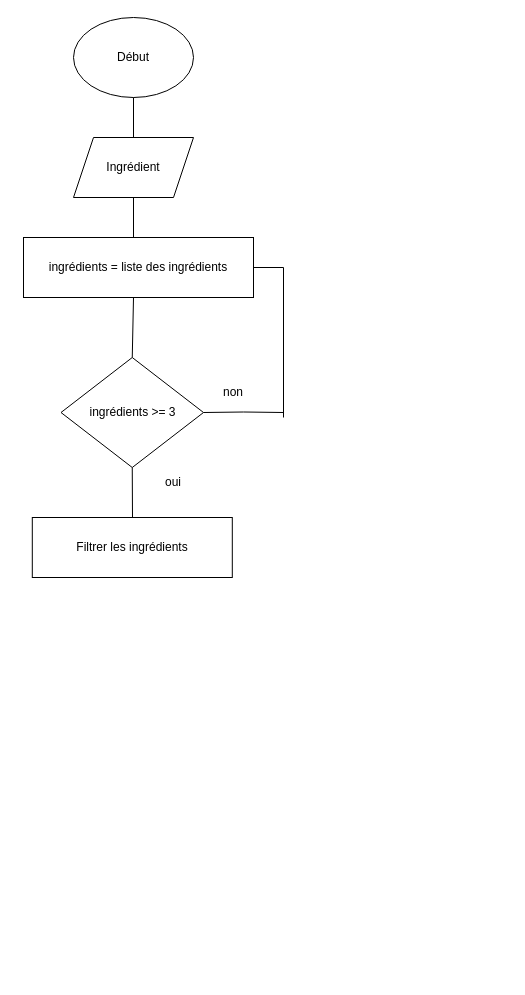
Before: Untitled Diagram.drawio in ArcangeliAurelien/Arcangeli_Aurelien_7_24052022, a draw.io diagram. Source tidied: cells renumbered, new cells numbered last; positions are measured from the earlier drawing's top-left corner, leaving out a move shared by most shapes. Both pictures are drawn from the tidied source at 100%, with x=0, y=0 at pixel (23, 17).
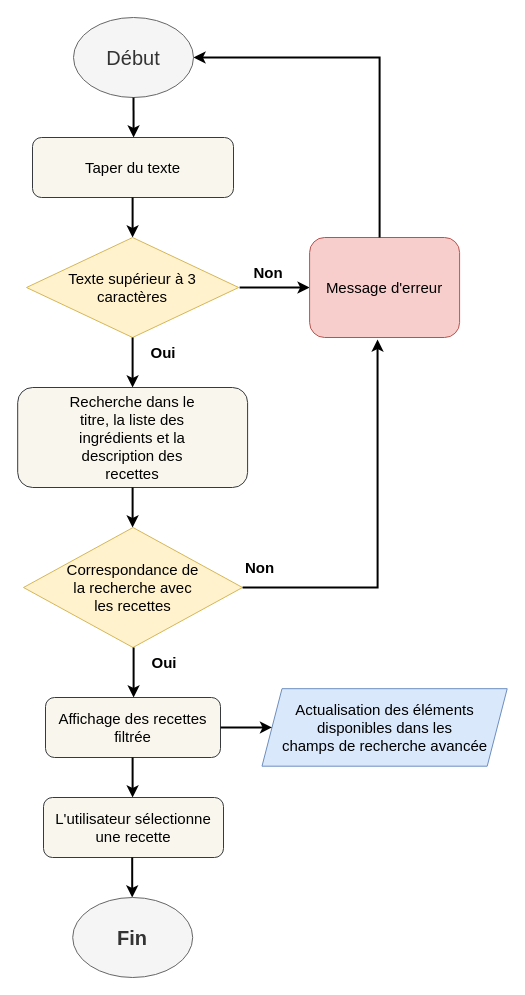
Above is the later version.

Commit message:
fiche d’investigation de fonctionnalité

Diff of the diagram source:
```diff
@@
-    <mxCell id="2" value="Début" style="ellipse;whiteSpace=wrap;html=1;" parent="1" vertex="1">
+    <mxCell id="2" value="&lt;font style=&quot;font-size: 20px;&quot;&gt;Début&lt;/font&gt;" style="ellipse;whiteSpace=wrap;html=1;fillColor=#f5f5f5;fontColor=#333333;strokeColor=#666666;" parent="1" vertex="1">
       <mxGeometry x="50" width="120" height="80" as="geometry" />
     </mxCell>
-    <mxCell id="3" value="Ingrédient" style="shape=parallelogram;perimeter=parallelogramPerimeter;whiteSpace=wrap;html=1;fixedSize=1;" parent="1" vertex="1">
-      <mxGeometry x="50" y="120" width="120" height="60" as="geometry" />
-    </mxCell>
-    <mxCell id="4" style="endArrow=none;html=1;rounded=0;exitX=0.5;exitY=0;exitDx=0;exitDy=0;entryX=0.5;entryY=1;entryDx=0;entryDy=0;" parent="1" edge="1" source="3" target="2">
-      <mxGeometry relative="1" as="geometry" />
-    </mxCell>
-    <mxCell id="5" style="endArrow=none;html=1;rounded=0;entryX=0.5;entryY=1;entryDx=0;entryDy=0;" parent="1" edge="1" target="3">
-      <mxGeometry relative="1" as="geometry">
-        <mxPoint x="110" y="230" as="sourcePoint" />
-      </mxGeometry>
-    </mxCell>
-    <mxCell id="6" value="ingrédients = liste des ingrédients" style="rounded=0;whiteSpace=wrap;html=1;" parent="1" vertex="1">
-      <mxGeometry y="220" width="230" height="60" as="geometry" />
-    </mxCell>
-    <mxCell id="7" value="ingrédients &amp;gt;= 3" style="rhombus;whiteSpace=wrap;html=1;" parent="1" vertex="1">
-      <mxGeometry x="37.5" y="340" width="142.5" height="110" as="geometry" />
-    </mxCell>
-    <mxCell id="8" style="endArrow=none;html=1;rounded=0;exitX=0.5;exitY=0;exitDx=0;exitDy=0;" parent="1" edge="1" source="7">
-      <mxGeometry relative="1" as="geometry">
-        <mxPoint x="110" y="280" as="targetPoint" />
-      </mxGeometry>
-    </mxCell>
-    <mxCell id="9" style="endArrow=none;html=1;rounded=0;exitX=1;exitY=0.5;exitDx=0;exitDy=0;" parent="1" edge="1" source="7">
-      <mxGeometry relative="1" as="geometry">
-        <mxPoint x="260" y="395" as="targetPoint" />
-        <Array as="points">
-          <mxPoint x="220" y="394.5" />
-        </Array>
-      </mxGeometry>
-    </mxCell>
-    <mxCell id="10" style="endArrow=none;html=1;rounded=0;" parent="1" edge="1">
-      <mxGeometry relative="1" as="geometry">
-        <mxPoint x="260" y="400" as="sourcePoint" />
-        <mxPoint x="260" y="250" as="targetPoint" />
-      </mxGeometry>
-    </mxCell>
-    <mxCell id="11" style="endArrow=none;html=1;rounded=0;exitX=1;exitY=0.5;exitDx=0;exitDy=0;" parent="1" edge="1" source="6">
-      <mxGeometry relative="1" as="geometry">
-        <mxPoint x="260" y="250" as="targetPoint" />
-      </mxGeometry>
-    </mxCell>
-    <mxCell id="12" value="non" style="text;html=1;strokeColor=none;fillColor=none;align=center;verticalAlign=middle;whiteSpace=wrap;rounded=0;" parent="1" vertex="1">
-      <mxGeometry x="180" y="360" width="60" height="30" as="geometry" />
-    </mxCell>
-    <mxCell id="13" style="endArrow=none;html=1;rounded=0;entryX=0.5;entryY=1;entryDx=0;entryDy=0;" parent="1" edge="1" target="7">
-      <mxGeometry relative="1" as="geometry">
-        <mxPoint x="109" y="500" as="sourcePoint" />
-      </mxGeometry>
-    </mxCell>
-    <mxCell id="14" value="oui" style="text;html=1;strokeColor=none;fillColor=none;align=center;verticalAlign=middle;whiteSpace=wrap;rounded=0;" parent="1" vertex="1">
-      <mxGeometry x="120" y="450" width="60" height="30" as="geometry" />
-    </mxCell>
-    <mxCell id="15" value="Filtrer les ingrédients" style="rounded=0;whiteSpace=wrap;html=1;" parent="1" vertex="1">
-      <mxGeometry x="8.8" y="500" width="200" height="60" as="geometry" />
-    </mxCell>
+    <mxCell id="16" style="endArrow=classic;html=1;rounded=0;exitX=0.5;exitY=1;exitDx=0;exitDy=0;strokeWidth=2;" parent="1" edge="1" source="2">
+      <mxGeometry relative="1" as="geometry">
+        <mxPoint x="110.1" y="120" as="targetPoint" />
+      </mxGeometry>
+    </mxCell>
+    <mxCell id="17" value="&lt;font style=&quot;font-size: 15px;&quot;&gt;Taper du texte &lt;/font&gt;" style="rounded=1;whiteSpace=wrap;html=1;fillColor=#f9f7ed;strokeColor=#36393d;" parent="1" vertex="1">
+      <mxGeometry x="9" y="120" width="201" height="60" as="geometry" />
+    </mxCell>
+    <mxCell id="18" style="endArrow=classic;html=1;rounded=0;exitX=0.5;exitY=1;exitDx=0;exitDy=0;strokeWidth=2;" parent="1" edge="1">
+      <mxGeometry relative="1" as="geometry">
+        <mxPoint x="109.1" y="180" as="sourcePoint" />
+        <mxPoint x="109.1" y="220" as="targetPoint" />
+      </mxGeometry>
+    </mxCell>
+    <mxCell id="19" value="&lt;div&gt;Texte supérieur à 3 &lt;br&gt;&lt;/div&gt;&lt;div&gt;caractères&lt;/div&gt;" style="rhombus;whiteSpace=wrap;html=1;fontSize=15;fillColor=#fff2cc;strokeColor=#d6b656;" parent="1" vertex="1">
+      <mxGeometry x="3" y="220" width="212.2" height="100" as="geometry" />
+    </mxCell>
+    <mxCell id="20" style="endArrow=classic;html=1;rounded=0;fontSize=15;strokeWidth=2;" parent="1" edge="1">
+      <mxGeometry relative="1" as="geometry">
+        <mxPoint x="109.1" y="320" as="sourcePoint" />
+        <mxPoint x="109.1" y="370" as="targetPoint" />
+      </mxGeometry>
+    </mxCell>
+    <mxCell id="21" value="&lt;b&gt;Oui&lt;/b&gt;" style="text;html=1;strokeColor=none;fillColor=none;align=center;verticalAlign=middle;whiteSpace=wrap;rounded=0;fontSize=15;" parent="1" vertex="1">
+      <mxGeometry x="110.1" y="320" width="60" height="30" as="geometry" />
+    </mxCell>
+    <mxCell id="22" value="&lt;div align=&quot;center&quot;&gt;&lt;blockquote&gt;&lt;div&gt;Recherche dans le titre, la liste des ingrédients et la description des recettes&lt;/div&gt;&lt;/blockquote&gt;&lt;/div&gt;" style="rounded=1;whiteSpace=wrap;html=1;fontSize=15;perimeterSpacing=7;align=center;fillColor=#f9f7ed;strokeColor=#36393d;" parent="1" vertex="1">
+      <mxGeometry x="-5.8" y="370" width="229.9" height="100" as="geometry" />
+    </mxCell>
+    <mxCell id="23" style="endArrow=classic;html=1;rounded=0;fontSize=15;strokeWidth=2;" parent="1" edge="1">
+      <mxGeometry relative="1" as="geometry">
+        <mxPoint x="216.1" y="270" as="sourcePoint" />
+        <mxPoint x="286.1" y="270" as="targetPoint" />
+      </mxGeometry>
+    </mxCell>
+    <mxCell id="24" value="Message d'erreur" style="rounded=1;whiteSpace=wrap;html=1;fontSize=15;fillColor=#f8cecc;strokeColor=#b85450;" parent="1" vertex="1">
+      <mxGeometry x="286.1" y="220" width="150" height="100" as="geometry" />
+    </mxCell>
+    <mxCell id="25" style="endArrow=classic;html=1;rounded=0;fontSize=15;strokeWidth=2;entryX=1;entryY=0.5;entryDx=0;entryDy=0;" parent="1" edge="1" target="2">
+      <mxGeometry relative="1" as="geometry">
+        <mxPoint x="356.1" y="220" as="sourcePoint" />
+        <Array as="points">
+          <mxPoint x="356.1" y="40" />
+        </Array>
+      </mxGeometry>
+    </mxCell>
+    <mxCell id="26" style="endArrow=classic;html=1;rounded=0;exitX=0.5;exitY=1;exitDx=0;exitDy=0;strokeWidth=2;" parent="1" edge="1">
+      <mxGeometry relative="1" as="geometry">
+        <mxPoint x="109.1" y="470" as="sourcePoint" />
+        <mxPoint x="109.1" y="510" as="targetPoint" />
+      </mxGeometry>
+    </mxCell>
+    <mxCell id="27" value="&lt;b&gt;Non&lt;/b&gt;" style="text;html=1;strokeColor=none;fillColor=none;align=center;verticalAlign=middle;whiteSpace=wrap;rounded=0;fontSize=15;" parent="1" vertex="1">
+      <mxGeometry x="215.3" y="240" width="60" height="30" as="geometry" />
+    </mxCell>
+    <mxCell id="28" value="&lt;blockquote&gt;&lt;div align=&quot;center&quot;&gt;&lt;font style=&quot;font-size: 15px;&quot;&gt;Correspondance de la recherche avec les recettes&lt;/font&gt;&lt;/div&gt;&lt;/blockquote&gt;" style="rhombus;whiteSpace=wrap;html=1;fontSize=15;align=center;fillColor=#fff2cc;strokeColor=#d6b656;" parent="1" vertex="1">
+      <mxGeometry y="510" width="219" height="120" as="geometry" />
+    </mxCell>
+    <mxCell id="29" style="endArrow=classic;html=1;rounded=0;fontSize=15;entryX=0.453;entryY=1.02;entryDx=0;entryDy=0;entryPerimeter=0;strokeWidth=2;" parent="1" edge="1" target="24">
+      <mxGeometry relative="1" as="geometry">
+        <mxPoint x="219.1" y="570" as="sourcePoint" />
+        <Array as="points">
+          <mxPoint x="354.1" y="570" />
+        </Array>
+      </mxGeometry>
+    </mxCell>
+    <mxCell id="30" value="&lt;b&gt;Non&lt;/b&gt;" style="text;html=1;align=center;verticalAlign=middle;strokeColor=none;fillColor=none;fontSize=15;" parent="1" vertex="1">
+      <mxGeometry x="211.1" y="535" width="50" height="30" as="geometry" />
+    </mxCell>
+    <mxCell id="31" style="endArrow=classic;html=1;rounded=0;fontSize=15;strokeWidth=2;" parent="1" edge="1">
+      <mxGeometry relative="1" as="geometry">
+        <mxPoint x="110.1" y="630" as="sourcePoint" />
+        <mxPoint x="110.1" y="680" as="targetPoint" />
+      </mxGeometry>
+    </mxCell>
+    <mxCell id="32" value="&lt;b&gt;Oui&lt;/b&gt;" style="text;html=1;strokeColor=none;fillColor=none;align=center;verticalAlign=middle;whiteSpace=wrap;rounded=0;fontSize=15;" parent="1" vertex="1">
+      <mxGeometry x="111.1" y="630" width="60" height="30" as="geometry" />
+    </mxCell>
+    <mxCell id="33" value="Affichage des recettes filtrée" style="rounded=1;whiteSpace=wrap;html=1;fontSize=15;fillColor=#f9f7ed;strokeColor=#36393d;" parent="1" vertex="1">
+      <mxGeometry x="22" y="680" width="175" height="60" as="geometry" />
+    </mxCell>
+    <mxCell id="34" style="endArrow=classic;html=1;rounded=0;exitX=0.5;exitY=1;exitDx=0;exitDy=0;strokeWidth=2;" parent="1" edge="1">
+      <mxGeometry relative="1" as="geometry">
+        <mxPoint x="109.1" y="740" as="sourcePoint" />
+        <mxPoint x="109.1" y="780" as="targetPoint" />
+      </mxGeometry>
+    </mxCell>
+    <mxCell id="35" value="Actualisation des éléments disponibles dans les&lt;br&gt;champs de recherche avancée" style="shape=parallelogram;perimeter=parallelogramPerimeter;whiteSpace=wrap;html=1;fixedSize=1;fontSize=15;fillColor=#dae8fc;strokeColor=#6c8ebf;" parent="1" vertex="1">
+      <mxGeometry x="238.5" y="671.2" width="245.2" height="77.5" as="geometry" />
+    </mxCell>
+    <mxCell id="36" style="endArrow=classic;html=1;rounded=0;fontSize=15;strokeWidth=2;entryX=0;entryY=0.5;entryDx=0;entryDy=0;" parent="1" edge="1" target="35">
+      <mxGeometry relative="1" as="geometry">
+        <mxPoint x="197.1" y="710" as="sourcePoint" />
+      </mxGeometry>
+    </mxCell>
+    <mxCell id="37" value="L'utilisateur sélectionne une recette" style="rounded=1;whiteSpace=wrap;html=1;fontSize=15;fillColor=#f9f7ed;strokeColor=#36393d;" parent="1" vertex="1">
+      <mxGeometry x="20" y="780" width="180" height="60" as="geometry" />
+    </mxCell>
+    <mxCell id="38" style="endArrow=classic;html=1;rounded=0;exitX=0.5;exitY=1;exitDx=0;exitDy=0;strokeWidth=2;" parent="1" edge="1">
+      <mxGeometry relative="1" as="geometry">
+        <mxPoint x="108.7" y="840" as="sourcePoint" />
+        <mxPoint x="108.7" y="880" as="targetPoint" />
+      </mxGeometry>
+    </mxCell>
+    <mxCell id="39" value="&lt;b&gt;&lt;font style=&quot;font-size: 20px;&quot;&gt;Fin&lt;/font&gt;&lt;/b&gt;" style="ellipse;whiteSpace=wrap;html=1;fillColor=#f5f5f5;fontColor=#333333;strokeColor=#666666;" parent="1" vertex="1">
+      <mxGeometry x="49.2" y="880" width="120" height="80" as="geometry" />
+    </mxCell>
```
